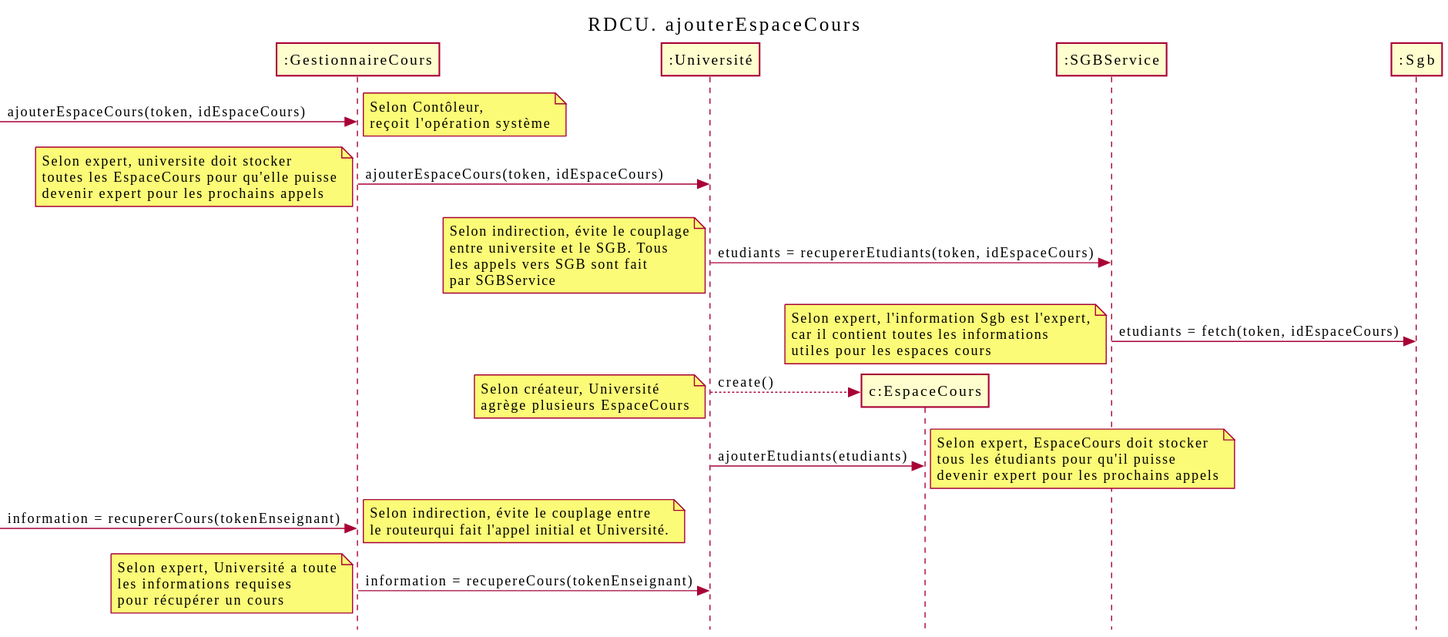
The PlantUML diagram out/docs/Ajouter cours/RDCU_ajouterCours/creerNouveauCours.svg in nerdz88/SGA-TS, before a commit.
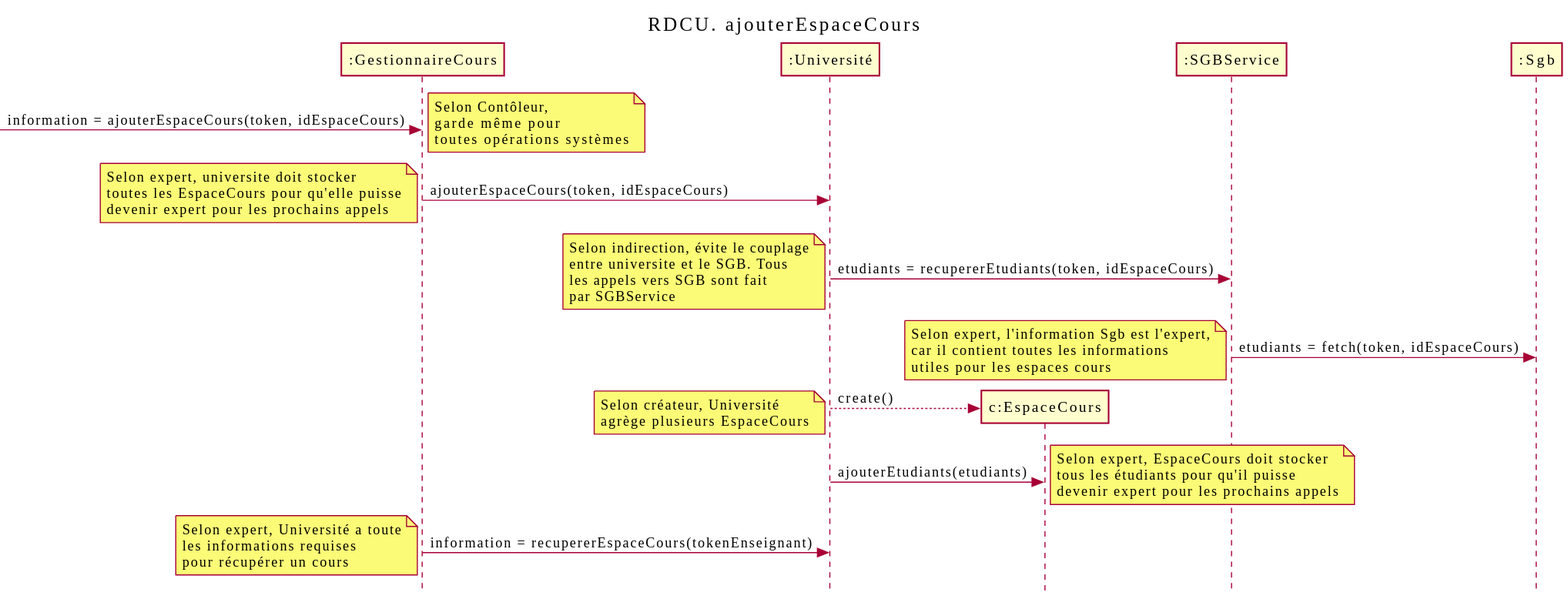
After the commit.

The edit, as a diff of the source:
```diff
@@ -8,8 +8,8 @@
 participant ":SGBService" as service
 participant ":Sgb" as sgb
 
--> controlleur : ajouterEspaceCours(token, idEspaceCours)
-note right : Selon Contôleur,\nreçoit l'opération système
+-> controlleur : information = ajouterEspaceCours(token, idEspaceCours)
+note right : Selon Contôleur,\ngarde même pour\ntoutes opérations systèmes
   controlleur->sga : ajouterEspaceCours(token, idEspaceCours)
   note left : Selon expert, universite doit stocker\ntoutes les EspaceCours pour qu'elle puisse\ndevenir expert pour les prochains appels
   sga ->  service : etudiants = recupererEtudiants(token, idEspaceCours)
@@ -20,8 +20,6 @@
   note left : Selon créateur, Université\nagrège plusieurs EspaceCours
   sga -> cours : ajouterEtudiants(etudiants)
   note right : Selon expert, EspaceCours doit stocker\ntous les étudiants pour qu'il puisse\ndevenir expert pour les prochains appels
-  -> controlleur : information = recupererCours(tokenEnseignant)
-  note right : Selon indirection, évite le couplage entre\nle routeurqui fait l'appel initial et Université.
-  controlleur -> sga : information = recupereCours(tokenEnseignant)
+  controlleur -> sga : information = recupererEspaceCours(tokenEnseignant)
   note left : Selon expert, Université a toute\nles informations requises\npour récupérer un cours
 @enduml
```
